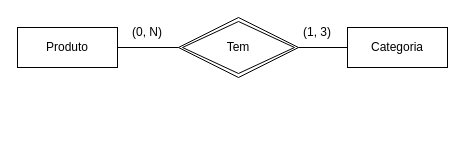
Before: page "Modelo Conceitual" (1 of 2) of requirements/ecommerce-database.drawio in EvilazioNeto/ecommerce-node-api, a draw.io diagram. Source tidied: cells renumbered, new cells numbered last; positions are measured from the earlier drawing's top-left corner, leaving out a move shared by most shapes. Both pictures are drawn from the tidied source at 100%, with x=0, y=0 at pixel (17, 17).
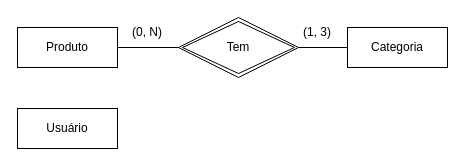
The same diagram, later.

Diff of the diagram source:
```diff
@@
 <mxGraphModel>
   <root>
     <mxCell id="0" />
     <mxCell id="1" parent="0" />
     <mxCell id="2" style="edgeStyle=none;html=1;entryX=0;entryY=0.5;entryDx=0;entryDy=0;endArrow=none;endFill=0;" parent="1" edge="1" source="3" target="6">
       <mxGeometry relative="1" as="geometry" />
     </mxCell>
     <mxCell id="3" value="Produto" style="whiteSpace=wrap;html=1;align=center;" parent="1" vertex="1">
       <mxGeometry y="10" width="100" height="40" as="geometry" />
     </mxCell>
     <mxCell id="4" style="edgeStyle=none;html=1;entryX=1;entryY=0.5;entryDx=0;entryDy=0;endArrow=none;endFill=0;" parent="1" edge="1" source="5" target="6">
       <mxGeometry relative="1" as="geometry" />
     </mxCell>
     <mxCell id="5" value="Categoria" style="whiteSpace=wrap;html=1;align=center;" parent="1" vertex="1">
       <mxGeometry x="330" y="10" width="100" height="40" as="geometry" />
     </mxCell>
     <mxCell id="6" value="Tem" style="shape=rhombus;double=1;perimeter=rhombusPerimeter;whiteSpace=wrap;html=1;align=center;" parent="1" vertex="1">
       <mxGeometry x="161" width="120" height="60" as="geometry" />
     </mxCell>
     <mxCell id="7" value="(1, 3)" style="text;html=1;strokeColor=none;fillColor=none;align=center;verticalAlign=middle;whiteSpace=wrap;rounded=0;" parent="1" vertex="1">
       <mxGeometry x="270" width="60" height="30" as="geometry" />
     </mxCell>
     <mxCell id="8" value="(0, N)" style="text;html=1;strokeColor=none;fillColor=none;align=center;verticalAlign=middle;whiteSpace=wrap;rounded=0;" parent="1" vertex="1">
       <mxGeometry x="100" width="60" height="30" as="geometry" />
     </mxCell>
+    <mxCell id="9" value="Usuário" style="whiteSpace=wrap;html=1;align=center;" parent="1" vertex="1">
+      <mxGeometry y="91" width="100" height="40" as="geometry" />
+    </mxCell>
   </root>
 </mxGraphModel>
```
